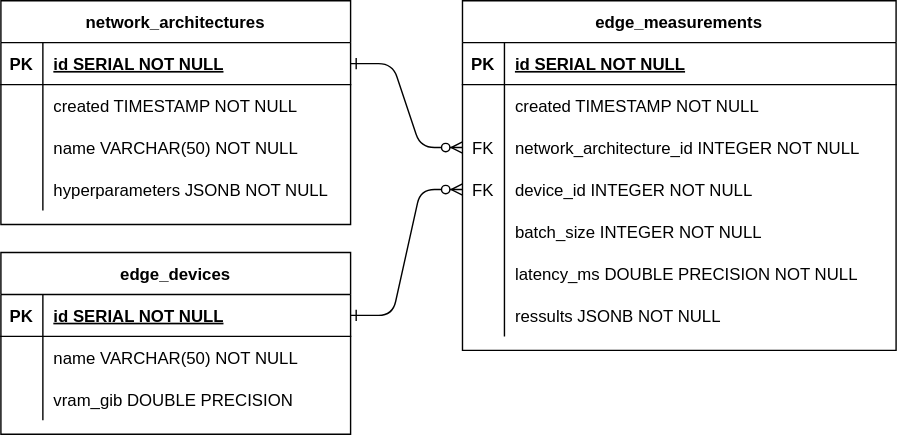
This is db/media/datamodel.drawio.svg from Flanders-Make-vzw/HPC2edge, a draw.io export, as it was before one commit. Source tidied: cells renumbered, new cells last; positions are measured from the earlier drawing's top-left corner, leaving out a move shared by most shapes. Its diagram source:
```xml
<mxGraphModel>
  <root>
    <mxCell id="0" />
    <mxCell id="1" parent="0" />
    <mxCell id="2" style="edgeStyle=entityRelationEdgeStyle;endArrow=ERzeroToMany;startArrow=ERone;endFill=1;startFill=0;" parent="1" edge="1" source="36" target="10">
      <mxGeometry relative="1" as="geometry" />
    </mxCell>
    <mxCell id="3" value="edge_measurements" style="shape=table;startSize=30;rowLines=0;fontStyle=1;align=center;" parent="1" vertex="1">
      <mxGeometry x="330" width="310" height="250" as="geometry" />
    </mxCell>
    <mxCell id="4" style="shape=partialRectangle;fillColor=none;top=0;left=0;right=0;bottom=1;" parent="3" vertex="1">
      <mxGeometry y="30" width="310" height="30" as="geometry" />
    </mxCell>
    <mxCell id="5" value="PK" style="shape=partialRectangle;overflow=hidden;fillColor=none;top=0;left=0;bottom=0;right=0;fontStyle=1;" parent="4" vertex="1">
      <mxGeometry width="30" height="30" as="geometry" />
    </mxCell>
    <mxCell id="6" value="id SERIAL NOT NULL " style="shape=partialRectangle;overflow=hidden;fillColor=none;top=0;left=0;bottom=0;right=0;align=left;spacingLeft=6;fontStyle=5;" parent="4" vertex="1">
      <mxGeometry x="30" width="280" height="30" as="geometry" />
    </mxCell>
    <mxCell id="7" style="shape=partialRectangle;fillColor=none;top=0;left=0;right=0;bottom=0;" parent="3" vertex="1">
      <mxGeometry y="60" width="310" height="30" as="geometry" />
    </mxCell>
    <mxCell id="8" style="shape=partialRectangle;overflow=hidden;fillColor=none;top=0;left=0;bottom=0;right=0;" parent="7" vertex="1">
      <mxGeometry width="30" height="30" as="geometry" />
    </mxCell>
    <mxCell id="9" value="created TIMESTAMP NOT NULL" style="shape=partialRectangle;overflow=hidden;fillColor=none;top=0;left=0;bottom=0;right=0;align=left;spacingLeft=6;" parent="7" vertex="1">
      <mxGeometry x="30" width="280" height="30" as="geometry" />
    </mxCell>
    <mxCell id="10" style="shape=partialRectangle;fillColor=none;points=[[0,0.5],[1,0.5]];portConstraint=eastwest;top=0;left=0;right=0;bottom=0;" parent="3" vertex="1">
      <mxGeometry y="90" width="310" height="30" as="geometry" />
    </mxCell>
    <mxCell id="11" value="FK" style="shape=partialRectangle;overflow=hidden;fillColor=none;top=0;left=0;bottom=0;right=0;" parent="10" vertex="1">
      <mxGeometry width="30" height="30" as="geometry" />
    </mxCell>
    <mxCell id="12" value="network_architecture_id INTEGER NOT NULL" style="shape=partialRectangle;overflow=hidden;fillColor=none;top=0;left=0;bottom=0;right=0;align=left;spacingLeft=6;" parent="10" vertex="1">
      <mxGeometry x="30" width="280" height="30" as="geometry" />
    </mxCell>
    <mxCell id="13" style="shape=partialRectangle;fillColor=none;points=[[0,0.5],[1,0.5]];portConstraint=eastwest;top=0;left=0;right=0;bottom=0;" parent="3" vertex="1">
      <mxGeometry y="120" width="310" height="30" as="geometry" />
    </mxCell>
    <mxCell id="14" value="FK" style="shape=partialRectangle;overflow=hidden;fillColor=none;top=0;left=0;bottom=0;right=0;" parent="13" vertex="1">
      <mxGeometry width="30" height="30" as="geometry" />
    </mxCell>
    <mxCell id="15" value="device_id INTEGER NOT NULL" style="shape=partialRectangle;overflow=hidden;fillColor=none;top=0;left=0;bottom=0;right=0;align=left;spacingLeft=6;" parent="13" vertex="1">
      <mxGeometry x="30" width="280" height="30" as="geometry" />
    </mxCell>
    <mxCell id="16" style="shape=partialRectangle;fillColor=none;top=0;left=0;right=0;bottom=0;" parent="3" vertex="1">
      <mxGeometry y="150" width="310" height="30" as="geometry" />
    </mxCell>
    <mxCell id="17" style="shape=partialRectangle;overflow=hidden;fillColor=none;top=0;left=0;bottom=0;right=0;" parent="16" vertex="1">
      <mxGeometry width="30" height="30" as="geometry" />
    </mxCell>
    <mxCell id="18" value="batch_size INTEGER NOT NULL" style="shape=partialRectangle;overflow=hidden;fillColor=none;top=0;left=0;bottom=0;right=0;align=left;spacingLeft=6;" parent="16" vertex="1">
      <mxGeometry x="30" width="280" height="30" as="geometry" />
    </mxCell>
    <mxCell id="19" style="shape=partialRectangle;fillColor=none;top=0;left=0;right=0;bottom=0;" parent="3" vertex="1">
      <mxGeometry y="180" width="310" height="30" as="geometry" />
    </mxCell>
    <mxCell id="20" style="shape=partialRectangle;overflow=hidden;fillColor=none;top=0;left=0;bottom=0;right=0;" parent="19" vertex="1">
      <mxGeometry width="30" height="30" as="geometry" />
    </mxCell>
    <mxCell id="21" value="latency_ms DOUBLE PRECISION NOT NULL" style="shape=partialRectangle;overflow=hidden;fillColor=none;top=0;left=0;bottom=0;right=0;align=left;spacingLeft=6;" parent="19" vertex="1">
      <mxGeometry x="30" width="280" height="30" as="geometry" />
    </mxCell>
    <mxCell id="22" style="shape=partialRectangle;fillColor=none;top=0;left=0;right=0;bottom=0;" parent="3" vertex="1">
      <mxGeometry y="210" width="310" height="30" as="geometry" />
    </mxCell>
    <mxCell id="23" style="shape=partialRectangle;overflow=hidden;fillColor=none;top=0;left=0;bottom=0;right=0;" parent="22" vertex="1">
      <mxGeometry width="30" height="30" as="geometry" />
    </mxCell>
    <mxCell id="24" value="ressults JSONB NOT NULL" style="shape=partialRectangle;overflow=hidden;fillColor=none;top=0;left=0;bottom=0;right=0;align=left;spacingLeft=6;" parent="22" vertex="1">
      <mxGeometry x="30" width="280" height="30" as="geometry" />
    </mxCell>
    <mxCell id="25" value="edge_devices" style="shape=table;startSize=30;rowLines=0;fontStyle=1;align=center;" parent="1" vertex="1">
      <mxGeometry y="180" width="250" height="130" as="geometry" />
    </mxCell>
    <mxCell id="26" style="shape=partialRectangle;fillColor=none;points=[[0,0.5],[1,0.5]];portConstraint=eastwest;top=0;left=0;right=0;bottom=1;" parent="25" vertex="1">
      <mxGeometry y="30" width="250" height="30" as="geometry" />
    </mxCell>
    <mxCell id="27" value="PK" style="shape=partialRectangle;overflow=hidden;fillColor=none;top=0;left=0;bottom=0;right=0;fontStyle=1;" parent="26" vertex="1">
      <mxGeometry width="30" height="30" as="geometry" />
    </mxCell>
    <mxCell id="28" value="id SERIAL NOT NULL " style="shape=partialRectangle;overflow=hidden;fillColor=none;top=0;left=0;bottom=0;right=0;align=left;spacingLeft=6;fontStyle=5;" parent="26" vertex="1">
      <mxGeometry x="30" width="220" height="30" as="geometry" />
    </mxCell>
    <mxCell id="29" style="shape=partialRectangle;fillColor=none;top=0;left=0;right=0;bottom=0;" parent="25" vertex="1">
      <mxGeometry y="60" width="250" height="30" as="geometry" />
    </mxCell>
    <mxCell id="30" style="shape=partialRectangle;overflow=hidden;fillColor=none;top=0;left=0;bottom=0;right=0;" parent="29" vertex="1">
      <mxGeometry width="30" height="30" as="geometry" />
    </mxCell>
    <mxCell id="31" value="name VARCHAR(50) NOT NULL" style="shape=partialRectangle;overflow=hidden;fillColor=none;top=0;left=0;bottom=0;right=0;align=left;spacingLeft=6;" parent="29" vertex="1">
      <mxGeometry x="30" width="220" height="30" as="geometry" />
    </mxCell>
    <mxCell id="32" style="shape=partialRectangle;fillColor=none;top=0;left=0;right=0;bottom=0;" parent="25" vertex="1">
      <mxGeometry y="90" width="250" height="30" as="geometry" />
    </mxCell>
    <mxCell id="33" style="shape=partialRectangle;overflow=hidden;fillColor=none;top=0;left=0;bottom=0;right=0;" parent="32" vertex="1">
      <mxGeometry width="30" height="30" as="geometry" />
    </mxCell>
    <mxCell id="34" value="vram_gib DOUBLE PRECISION" style="shape=partialRectangle;overflow=hidden;fillColor=none;top=0;left=0;bottom=0;right=0;align=left;spacingLeft=6;" parent="32" vertex="1">
      <mxGeometry x="30" width="220" height="30" as="geometry" />
    </mxCell>
    <mxCell id="35" value="network_architectures" style="shape=table;startSize=30;rowLines=0;fontStyle=1;align=center;" parent="1" vertex="1">
      <mxGeometry width="250" height="160" as="geometry" />
    </mxCell>
    <mxCell id="36" style="shape=partialRectangle;fillColor=none;points=[[0,0.5],[1,0.5]];portConstraint=eastwest;top=0;left=0;right=0;bottom=1;" parent="35" vertex="1">
      <mxGeometry y="30" width="250" height="30" as="geometry" />
    </mxCell>
    <mxCell id="37" value="PK" style="shape=partialRectangle;overflow=hidden;fillColor=none;top=0;left=0;bottom=0;right=0;fontStyle=1;" parent="36" vertex="1">
      <mxGeometry width="30" height="30" as="geometry" />
    </mxCell>
    <mxCell id="38" value="id SERIAL NOT NULL " style="shape=partialRectangle;overflow=hidden;fillColor=none;top=0;left=0;bottom=0;right=0;align=left;spacingLeft=6;fontStyle=5;" parent="36" vertex="1">
      <mxGeometry x="30" width="220" height="30" as="geometry" />
    </mxCell>
    <mxCell id="39" style="shape=partialRectangle;fillColor=none;top=0;left=0;right=0;bottom=0;" parent="35" vertex="1">
      <mxGeometry y="60" width="250" height="30" as="geometry" />
    </mxCell>
    <mxCell id="40" style="shape=partialRectangle;overflow=hidden;fillColor=none;top=0;left=0;bottom=0;right=0;" parent="39" vertex="1">
      <mxGeometry width="30" height="30" as="geometry" />
    </mxCell>
    <mxCell id="41" value="created TIMESTAMP NOT NULL" style="shape=partialRectangle;overflow=hidden;fillColor=none;top=0;left=0;bottom=0;right=0;align=left;spacingLeft=6;" parent="39" vertex="1">
      <mxGeometry x="30" width="220" height="30" as="geometry" />
    </mxCell>
    <mxCell id="42" style="shape=partialRectangle;fillColor=none;top=0;left=0;right=0;bottom=0;" parent="35" vertex="1">
      <mxGeometry y="90" width="250" height="30" as="geometry" />
    </mxCell>
    <mxCell id="43" style="shape=partialRectangle;overflow=hidden;fillColor=none;top=0;left=0;bottom=0;right=0;" parent="42" vertex="1">
      <mxGeometry width="30" height="30" as="geometry" />
    </mxCell>
    <mxCell id="44" value="name VARCHAR(50) NOT NULL" style="shape=partialRectangle;overflow=hidden;fillColor=none;top=0;left=0;bottom=0;right=0;align=left;spacingLeft=6;" parent="42" vertex="1">
      <mxGeometry x="30" width="220" height="30" as="geometry" />
    </mxCell>
    <mxCell id="45" style="shape=partialRectangle;fillColor=none;top=0;left=0;right=0;bottom=0;" parent="35" vertex="1">
      <mxGeometry y="120" width="250" height="30" as="geometry" />
    </mxCell>
    <mxCell id="46" style="shape=partialRectangle;overflow=hidden;fillColor=none;top=0;left=0;bottom=0;right=0;" parent="45" vertex="1">
      <mxGeometry width="30" height="30" as="geometry" />
    </mxCell>
    <mxCell id="47" value="hyperparameters JSONB NOT NULL" style="shape=partialRectangle;overflow=hidden;fillColor=none;top=0;left=0;bottom=0;right=0;align=left;spacingLeft=6;" parent="45" vertex="1">
      <mxGeometry x="30" width="220" height="30" as="geometry" />
    </mxCell>
    <mxCell id="48" style="edgeStyle=entityRelationEdgeStyle;endArrow=ERzeroToMany;startArrow=ERone;endFill=1;startFill=0;entryX=0;entryY=0.5;entryDx=0;entryDy=0;exitX=1;exitY=0.5;exitDx=0;exitDy=0;" parent="1" edge="1" source="26" target="13">
      <mxGeometry relative="1" as="geometry">
        <Array as="points">
          <mxPoint x="590" y="90" />
          <mxPoint x="590" y="170" />
          <mxPoint x="590" y="110" />
        </Array>
      </mxGeometry>
    </mxCell>
  </root>
</mxGraphModel>
```
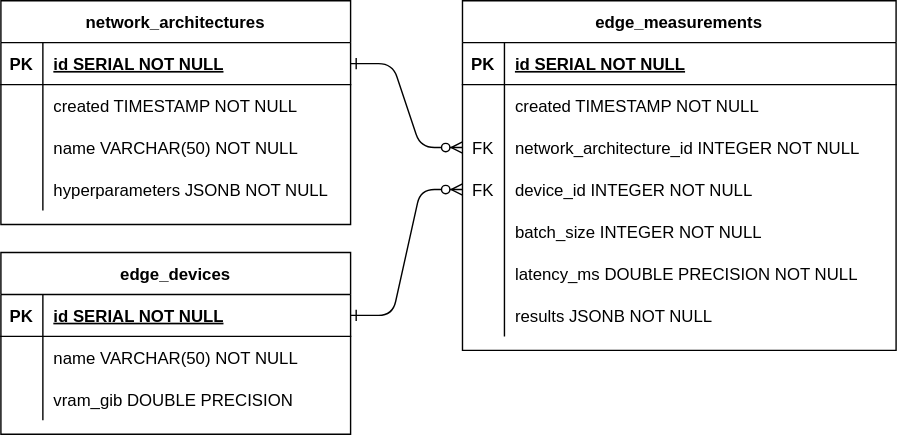
The same diagram one commit later.

The edit, as a diff of the source:
```diff
@@ -68,7 +68,7 @@
     <mxCell id="23" style="shape=partialRectangle;overflow=hidden;fillColor=none;top=0;left=0;bottom=0;right=0;" parent="22" vertex="1">
       <mxGeometry width="30" height="30" as="geometry" />
     </mxCell>
-    <mxCell id="24" value="ressults JSONB NOT NULL" style="shape=partialRectangle;overflow=hidden;fillColor=none;top=0;left=0;bottom=0;right=0;align=left;spacingLeft=6;" parent="22" vertex="1">
+    <mxCell id="24" value="results JSONB NOT NULL" style="shape=partialRectangle;overflow=hidden;fillColor=none;top=0;left=0;bottom=0;right=0;align=left;spacingLeft=6;" parent="22" vertex="1">
       <mxGeometry x="30" width="280" height="30" as="geometry" />
     </mxCell>
     <mxCell id="25" value="edge_devices" style="shape=table;startSize=30;rowLines=0;fontStyle=1;align=center;" parent="1" vertex="1">
```
